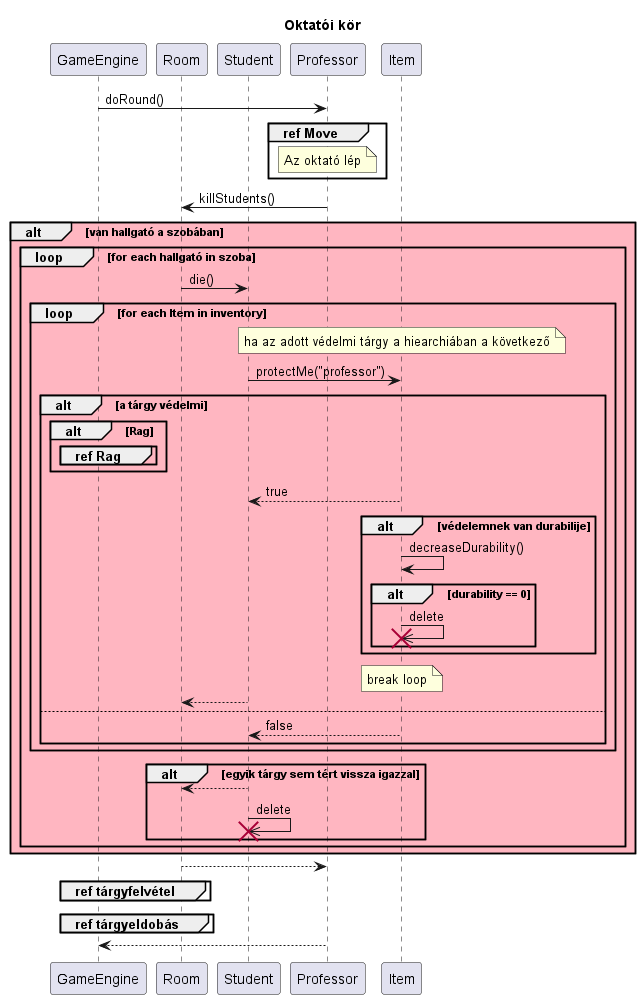
Earlier version of the PlantUML export out/diagramms/src/round_professor/Round_okt.png (kipolaris/skyrimscriptsuttogok).
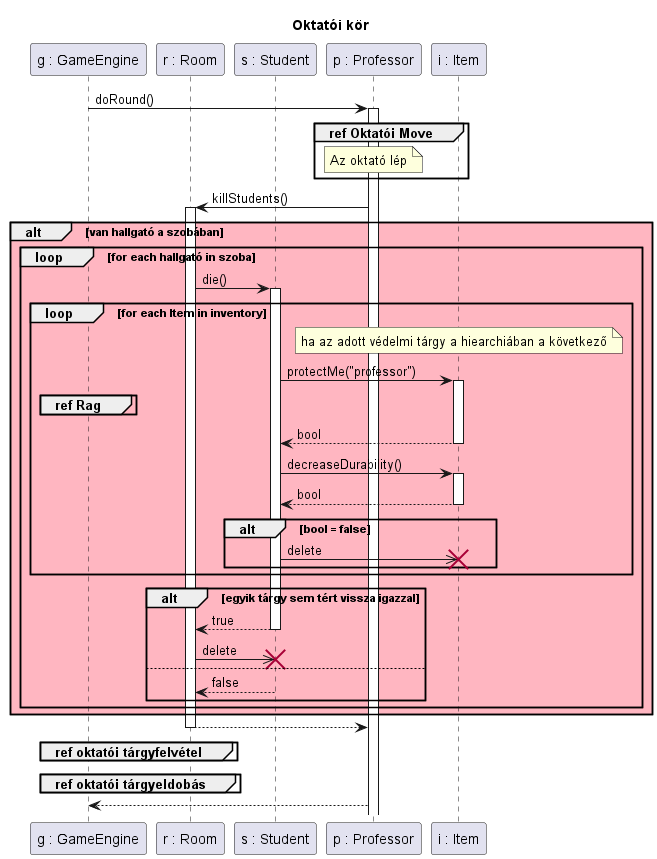
Later version of the same file.

The edit, as a diff of the source:
```diff
@@ -2,66 +2,58 @@
 
 title Oktatói kör
 
-participant GameEngine as g
+participant "g : GameEngine" as g
 
-participant Room as sz
+participant "r : Room" as sz
 
-participant Student as h
-participant Professor as okt
-participant Item as t
+participant "s : Student" as h
+participant "p : Professor" as okt
+participant "i : Item" as t
 
-g->okt : doRound()
+g->okt ++: doRound()
 
-group ref Move
+group ref Oktatói Move
 note over okt : Az oktató lép
 end
 
-okt->sz : killStudents()
+okt->sz ++: killStudents()
 alt #LightPink van hallgató a szobában
     loop for each hallgató in szoba
 
-        sz -> h : die()
+        sz -> h ++: die()
 
         loop for each Item in inventory
             note over t : ha az adott védelmi tárgy a hiearchiában a következő
-            h->t : protectMe("professor")
+            h->t ++: protectMe("professor")
 
-            alt a tárgy védelmi
+            group ref Rag
+            end
 
-                alt Rag
-                    group ref Rag
-                    end
-                end
+            t-->h --: bool
 
-                t-->h : true
+            h->t ++: decreaseDurability()
+            return bool
 
-                alt védelemnek van durabilije
-                t->t : decreaseDurability()
-                    alt durability == 0
-                        t->>t !!: delete
-                    end
-                end
-                note over t : break loop
-
-                h-->sz
-            else
-                t-->h : false
+            alt bool = false
+                h->>t !!: delete
             end
         end
 
         alt egyik tárgy sem tért vissza igazzal
-            h-->sz
-            h ->> h !!: delete
+            h-->sz --: true
+            sz ->> h !!: delete
+        else
+            h-->sz --: false
         end
     end
 end
 
-sz --> okt
+sz --> okt --:
 
-group ref tárgyfelvétel
+group ref oktatói tárgyfelvétel
 end
 
-group ref tárgyeldobás
+group ref oktatói tárgyeldobás
 end
 
 okt --> g
```
